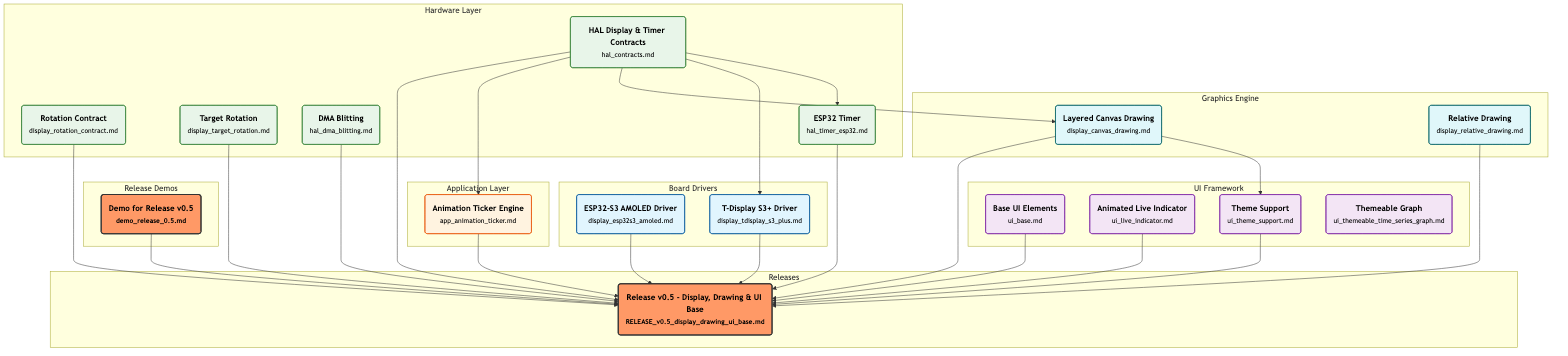
This is feature_graph.png from rlabarca/LPad, a Mermaid export, as it was before one commit. Its source is kept beside it as feature_graph.mmd.
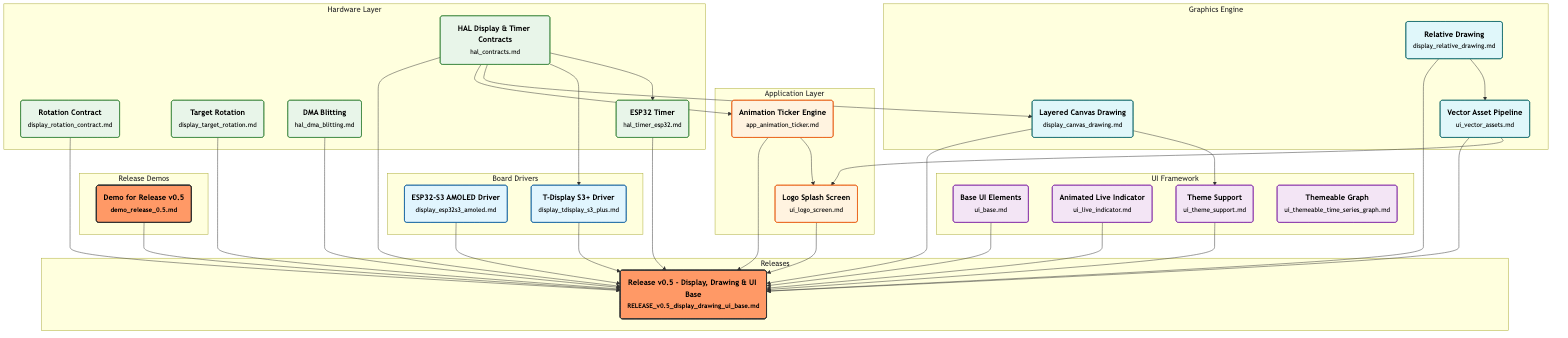
Later version of the same file.

Commit message:
chore(process): Define Logo Screen and Vector Asset pipeline

What changed in the source:
```diff
@@ -9,6 +9,7 @@
     subgraph Application_Layer ["Application Layer"]
         direction TB
         app_animation_ticker("**Animation Ticker Engine**<br/><small>app_animation_ticker.md</small>"):::app
+        ui_logo_screen("**Logo Splash Screen**<br/><small>ui_logo_screen.md</small>"):::app
     end
 
     subgraph Board_Drivers ["Board Drivers"]
@@ -21,6 +22,7 @@
         direction TB
         display_canvas_drawing("**Layered Canvas Drawing**<br/><small>display_canvas_drawing.md</small>"):::graphics
         display_relative_drawing("**Relative Drawing**<br/><small>display_relative_drawing.md</small>"):::graphics
+        ui_vector_assets("**Vector Asset Pipeline**<br/><small>ui_vector_assets.md</small>"):::graphics
     end
 
     subgraph Hardware_Layer ["Hardware Layer"]
@@ -63,9 +65,14 @@
     app_animation_ticker --> RELEASE_v0_5_display_drawing_ui_base
     ui_live_indicator --> RELEASE_v0_5_display_drawing_ui_base
     ui_theme_support --> RELEASE_v0_5_display_drawing_ui_base
+    ui_vector_assets --> RELEASE_v0_5_display_drawing_ui_base
+    ui_logo_screen --> RELEASE_v0_5_display_drawing_ui_base
     demo_release_0_5 --> RELEASE_v0_5_display_drawing_ui_base
     hal_contracts --> app_animation_ticker
     hal_contracts --> display_canvas_drawing
     hal_contracts --> display_tdisplay_s3_plus
     hal_contracts --> hal_timer_esp32
+    ui_vector_assets --> ui_logo_screen
+    app_animation_ticker --> ui_logo_screen
     display_canvas_drawing --> ui_theme_support
+    display_relative_drawing --> ui_vector_assets
```
